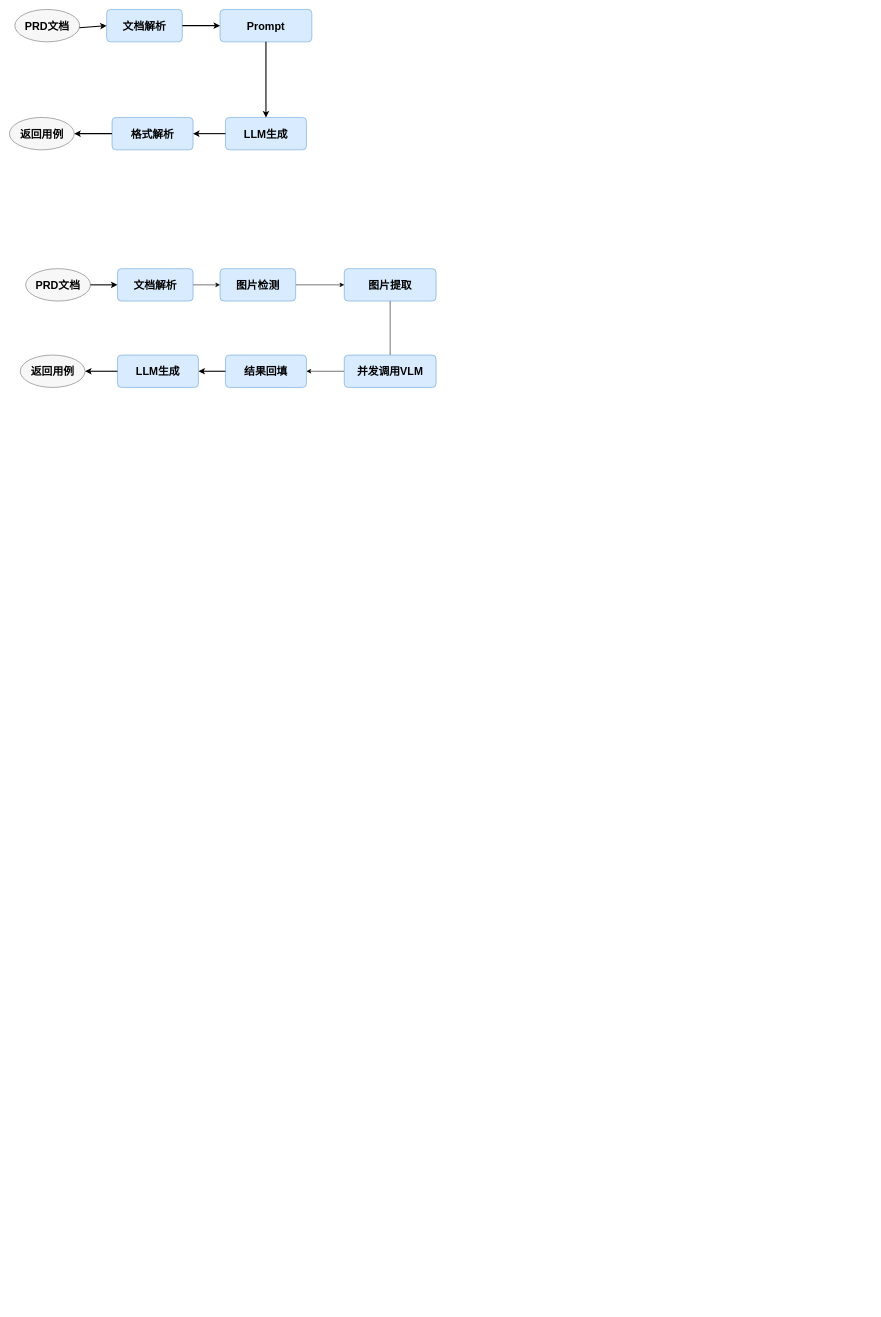
Before: 好未来/AI用例/未命名绘图.drawio in dongjinmin-710/my-darwio, a draw.io diagram. Source tidied: cells renumbered, new cells numbered last; positions are measured from the earlier drawing's top-left corner, leaving out a move shared by most shapes. Both pictures are drawn from the tidied source at 54%, with x=0, y=0 at pixel (9, 9).
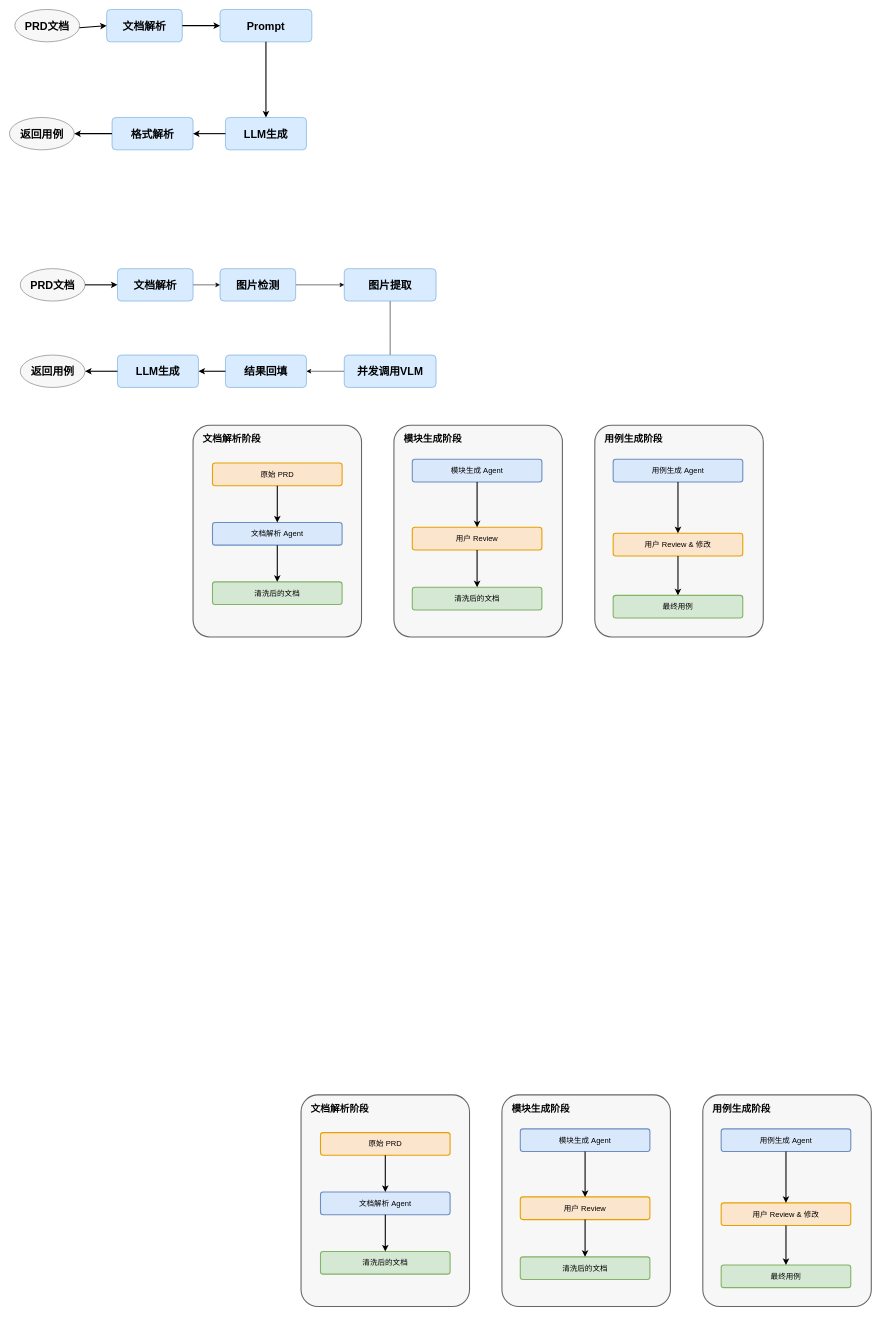
After the change.

Commit message (it also covers changes not shown here):
更新未命名绘图.drawio

Diff of the diagram source:
```diff
@@
     <mxCell id="13" value="PRD文档" style="ellipse;whiteSpace=wrap;html=1;fillColor=#f7f7f7;strokeColor=#666666;fontSize=20;fontStyle=1;" parent="1" vertex="1">
-      <mxGeometry x="30" y="480" width="120" height="60" as="geometry" />
+      <mxGeometry x="20" y="480" width="120" height="60" as="geometry" />
     </mxCell>
@@
+    <mxCell id="28" style="rounded=1;whiteSpace=wrap;html=1;arcSize=10;fillColor=#f7f7f7;strokeColor=#666666;strokeWidth=2;" parent="1" vertex="1">
+      <mxGeometry x="340" y="770" width="312" height="392" as="geometry" />
+    </mxCell>
+    <mxCell id="29" style="rounded=1;whiteSpace=wrap;html=1;arcSize=10;fillColor=#f7f7f7;strokeColor=#666666;strokeWidth=2;" parent="1" vertex="1">
+      <mxGeometry x="712" y="770" width="312" height="392" as="geometry" />
+    </mxCell>
+    <mxCell id="30" style="rounded=1;whiteSpace=wrap;html=1;arcSize=10;fillColor=#f7f7f7;strokeColor=#666666;strokeWidth=2;" parent="1" vertex="1">
+      <mxGeometry x="1084" y="770" width="312" height="392" as="geometry" />
+    </mxCell>
+    <mxCell id="31" value="文档解析阶段" style="text;html=1;strokeColor=none;fillColor=none;align=left;verticalAlign=middle;fontStyle=1;fontSize=18;" parent="1" vertex="1">
+      <mxGeometry x="356" y="784" width="140" height="24" as="geometry" />
+    </mxCell>
+    <mxCell id="32" value="模块生成阶段" style="text;html=1;strokeColor=none;fillColor=none;align=left;verticalAlign=middle;fontStyle=1;fontSize=18;" parent="1" vertex="1">
+      <mxGeometry x="728" y="784" width="140" height="24" as="geometry" />
+    </mxCell>
+    <mxCell id="33" value="用例生成阶段" style="text;html=1;strokeColor=none;fillColor=none;align=left;verticalAlign=middle;fontStyle=1;fontSize=18;" parent="1" vertex="1">
+      <mxGeometry x="1100" y="784" width="140" height="24" as="geometry" />
+    </mxCell>
+    <mxCell id="34" value="原始 PRD" style="rounded=1;whiteSpace=wrap;html=1;arcSize=12;fillColor=#FCE5CD;strokeColor=#E6A100;strokeWidth=2;fontSize=14;" parent="1" vertex="1">
+      <mxGeometry x="376" y="840" width="240" height="42" as="geometry" />
+    </mxCell>
+    <mxCell id="35" value="文档解析 Agent" style="rounded=1;whiteSpace=wrap;html=1;arcSize=12;fillColor=#D9E8FB;strokeColor=#6C8EBF;strokeWidth=2;fontSize=14;" parent="1" vertex="1">
+      <mxGeometry x="376" y="950" width="240" height="42" as="geometry" />
+    </mxCell>
+    <mxCell id="36" value="清洗后的文档" style="rounded=1;whiteSpace=wrap;html=1;arcSize=12;fillColor=#D5E8D4;strokeColor=#82B366;strokeWidth=2;fontSize=14;" parent="1" vertex="1">
+      <mxGeometry x="376" y="1060" width="240" height="42" as="geometry" />
+    </mxCell>
+    <mxCell id="37" value="模块生成 Agent" style="rounded=1;whiteSpace=wrap;html=1;arcSize=12;fillColor=#D9E8FB;strokeColor=#6C8EBF;strokeWidth=2;fontSize=14;" parent="1" vertex="1">
+      <mxGeometry x="746" y="833" width="240" height="42" as="geometry" />
+    </mxCell>
+    <mxCell id="38" value="用户 Review" style="rounded=1;whiteSpace=wrap;html=1;arcSize=12;fillColor=#FCE5CD;strokeColor=#E6A100;strokeWidth=2;fontSize=14;" parent="1" vertex="1">
+      <mxGeometry x="746" y="959" width="240" height="42" as="geometry" />
+    </mxCell>
+    <mxCell id="39" value="清洗后的文档" style="rounded=1;whiteSpace=wrap;html=1;arcSize=12;fillColor=#D5E8D4;strokeColor=#82B366;strokeWidth=2;fontSize=14;" parent="1" vertex="1">
+      <mxGeometry x="746" y="1070" width="240" height="42" as="geometry" />
+    </mxCell>
+    <mxCell id="40" value="用例生成 Agent" style="rounded=1;whiteSpace=wrap;html=1;arcSize=12;fillColor=#D9E8FB;strokeColor=#6C8EBF;strokeWidth=2;fontSize=14;" parent="1" vertex="1">
+      <mxGeometry x="1118" y="833" width="240" height="42" as="geometry" />
+    </mxCell>
+    <mxCell id="41" value="用户 Review &amp; 修改" style="rounded=1;whiteSpace=wrap;html=1;arcSize=12;fillColor=#FCE5CD;strokeColor=#E6A100;strokeWidth=2;fontSize=14;" parent="1" vertex="1">
+      <mxGeometry x="1118" y="970" width="240" height="42" as="geometry" />
+    </mxCell>
+    <mxCell id="42" value="最终用例" style="rounded=1;whiteSpace=wrap;html=1;arcSize=12;fillColor=#D5E8D4;strokeColor=#82B366;strokeWidth=2;fontSize=14;" parent="1" vertex="1">
+      <mxGeometry x="1118" y="1085" width="240" height="42" as="geometry" />
+    </mxCell>
+    <mxCell id="43" style="edgeStyle=orthogonalEdgeStyle;rounded=0;jettySize=auto;html=1;strokeWidth=2;endArrow=classic;endFill=1;" parent="1" edge="1" source="34" target="35">
+      <mxGeometry relative="1" as="geometry" />
+    </mxCell>
+    <mxCell id="44" style="edgeStyle=orthogonalEdgeStyle;rounded=0;jettySize=auto;html=1;strokeWidth=2;endArrow=classic;endFill=1;" parent="1" edge="1" source="35" target="36">
+      <mxGeometry relative="1" as="geometry" />
+    </mxCell>
+    <mxCell id="45" style="edgeStyle=orthogonalEdgeStyle;rounded=0;jettySize=auto;html=1;strokeWidth=2;endArrow=classic;endFill=1;" parent="1" edge="1" source="37" target="38">
+      <mxGeometry relative="1" as="geometry" />
+    </mxCell>
+    <mxCell id="46" style="edgeStyle=orthogonalEdgeStyle;rounded=0;jettySize=auto;html=1;strokeWidth=2;endArrow=classic;endFill=1;" parent="1" edge="1" source="38" target="39">
+      <mxGeometry relative="1" as="geometry" />
+    </mxCell>
+    <mxCell id="47" style="edgeStyle=orthogonalEdgeStyle;rounded=0;jettySize=auto;html=1;strokeWidth=2;endArrow=classic;endFill=1;exitX=0.5;exitY=1;exitDx=0;exitDy=0;" parent="1" edge="1" source="40" target="41">
+      <mxGeometry relative="1" as="geometry" />
+    </mxCell>
+    <mxCell id="48" style="edgeStyle=orthogonalEdgeStyle;rounded=0;jettySize=auto;html=1;strokeWidth=2;endArrow=classic;endFill=1;" parent="1" edge="1" source="41" target="42">
+      <mxGeometry relative="1" as="geometry" />
+    </mxCell>
+    <mxCell id="49" style="rounded=1;whiteSpace=wrap;html=1;arcSize=10;fillColor=#f7f7f7;strokeColor=#666666;strokeWidth=2;" parent="1" vertex="1">
+      <mxGeometry x="540" y="2010" width="312" height="392" as="geometry" />
+    </mxCell>
+    <mxCell id="50" style="rounded=1;whiteSpace=wrap;html=1;arcSize=10;fillColor=#f7f7f7;strokeColor=#666666;strokeWidth=2;" parent="1" vertex="1">
+      <mxGeometry x="912" y="2010" width="312" height="392" as="geometry" />
+    </mxCell>
+    <mxCell id="51" style="rounded=1;whiteSpace=wrap;html=1;arcSize=10;fillColor=#f7f7f7;strokeColor=#666666;strokeWidth=2;" parent="1" vertex="1">
+      <mxGeometry x="1284" y="2010" width="312" height="392" as="geometry" />
+    </mxCell>
+    <mxCell id="52" value="文档解析阶段" style="text;html=1;strokeColor=none;fillColor=none;align=left;verticalAlign=middle;fontStyle=1;fontSize=18;" parent="1" vertex="1">
+      <mxGeometry x="556" y="2024" width="140" height="24" as="geometry" />
+    </mxCell>
+    <mxCell id="53" value="模块生成阶段" style="text;html=1;strokeColor=none;fillColor=none;align=left;verticalAlign=middle;fontStyle=1;fontSize=18;" parent="1" vertex="1">
+      <mxGeometry x="928" y="2024" width="140" height="24" as="geometry" />
+    </mxCell>
+    <mxCell id="54" value="用例生成阶段" style="text;html=1;strokeColor=none;fillColor=none;align=left;verticalAlign=middle;fontStyle=1;fontSize=18;" parent="1" vertex="1">
+      <mxGeometry x="1300" y="2024" width="140" height="24" as="geometry" />
+    </mxCell>
+    <mxCell id="55" value="原始 PRD" style="rounded=1;whiteSpace=wrap;html=1;arcSize=12;fillColor=#FCE5CD;strokeColor=#E6A100;strokeWidth=2;fontSize=14;" parent="1" vertex="1">
+      <mxGeometry x="576" y="2080" width="240" height="42" as="geometry" />
+    </mxCell>
+    <mxCell id="56" value="文档解析 Agent" style="rounded=1;whiteSpace=wrap;html=1;arcSize=12;fillColor=#D9E8FB;strokeColor=#6C8EBF;strokeWidth=2;fontSize=14;" parent="1" vertex="1">
+      <mxGeometry x="576" y="2190" width="240" height="42" as="geometry" />
+    </mxCell>
+    <mxCell id="57" value="清洗后的文档" style="rounded=1;whiteSpace=wrap;html=1;arcSize=12;fillColor=#D5E8D4;strokeColor=#82B366;strokeWidth=2;fontSize=14;" parent="1" vertex="1">
+      <mxGeometry x="576" y="2300" width="240" height="42" as="geometry" />
+    </mxCell>
+    <mxCell id="58" value="模块生成 Agent" style="rounded=1;whiteSpace=wrap;html=1;arcSize=12;fillColor=#D9E8FB;strokeColor=#6C8EBF;strokeWidth=2;fontSize=14;" parent="1" vertex="1">
+      <mxGeometry x="946" y="2073" width="240" height="42" as="geometry" />
+    </mxCell>
+    <mxCell id="59" value="用户 Review" style="rounded=1;whiteSpace=wrap;html=1;arcSize=12;fillColor=#FCE5CD;strokeColor=#E6A100;strokeWidth=2;fontSize=14;" parent="1" vertex="1">
+      <mxGeometry x="946" y="2199" width="240" height="42" as="geometry" />
+    </mxCell>
+    <mxCell id="60" value="清洗后的文档" style="rounded=1;whiteSpace=wrap;html=1;arcSize=12;fillColor=#D5E8D4;strokeColor=#82B366;strokeWidth=2;fontSize=14;" parent="1" vertex="1">
+      <mxGeometry x="946" y="2310" width="240" height="42" as="geometry" />
+    </mxCell>
+    <mxCell id="61" value="用例生成 Agent" style="rounded=1;whiteSpace=wrap;html=1;arcSize=12;fillColor=#D9E8FB;strokeColor=#6C8EBF;strokeWidth=2;fontSize=14;" parent="1" vertex="1">
+      <mxGeometry x="1318" y="2073" width="240" height="42" as="geometry" />
+    </mxCell>
+    <mxCell id="62" value="用户 Review &amp; 修改" style="rounded=1;whiteSpace=wrap;html=1;arcSize=12;fillColor=#FCE5CD;strokeColor=#E6A100;strokeWidth=2;fontSize=14;" parent="1" vertex="1">
+      <mxGeometry x="1318" y="2210" width="240" height="42" as="geometry" />
+    </mxCell>
+    <mxCell id="63" value="最终用例" style="rounded=1;whiteSpace=wrap;html=1;arcSize=12;fillColor=#D5E8D4;strokeColor=#82B366;strokeWidth=2;fontSize=14;" parent="1" vertex="1">
+      <mxGeometry x="1318" y="2325" width="240" height="42" as="geometry" />
+    </mxCell>
+    <mxCell id="64" style="edgeStyle=orthogonalEdgeStyle;rounded=0;jettySize=auto;html=1;strokeWidth=2;endArrow=classic;endFill=1;" parent="1" edge="1" source="55" target="56">
+      <mxGeometry relative="1" as="geometry" />
+    </mxCell>
+    <mxCell id="65" style="edgeStyle=orthogonalEdgeStyle;rounded=0;jettySize=auto;html=1;strokeWidth=2;endArrow=classic;endFill=1;" parent="1" edge="1" source="56" target="57">
+      <mxGeometry relative="1" as="geometry" />
+    </mxCell>
+    <mxCell id="66" style="edgeStyle=orthogonalEdgeStyle;rounded=0;jettySize=auto;html=1;strokeWidth=2;endArrow=classic;endFill=1;" parent="1" edge="1" source="58" target="59">
+      <mxGeometry relative="1" as="geometry" />
+    </mxCell>
+    <mxCell id="67" style="edgeStyle=orthogonalEdgeStyle;rounded=0;jettySize=auto;html=1;strokeWidth=2;endArrow=classic;endFill=1;" parent="1" edge="1" source="59" target="60">
+      <mxGeometry relative="1" as="geometry" />
+    </mxCell>
+    <mxCell id="68" style="edgeStyle=orthogonalEdgeStyle;rounded=0;jettySize=auto;html=1;strokeWidth=2;endArrow=classic;endFill=1;exitX=0.5;exitY=1;exitDx=0;exitDy=0;" parent="1" edge="1" source="61" target="62">
+      <mxGeometry relative="1" as="geometry" />
+    </mxCell>
+    <mxCell id="69" style="edgeStyle=orthogonalEdgeStyle;rounded=0;jettySize=auto;html=1;strokeWidth=2;endArrow=classic;endFill=1;" parent="1" edge="1" source="62" target="63">
+      <mxGeometry relative="1" as="geometry" />
+    </mxCell>
```
